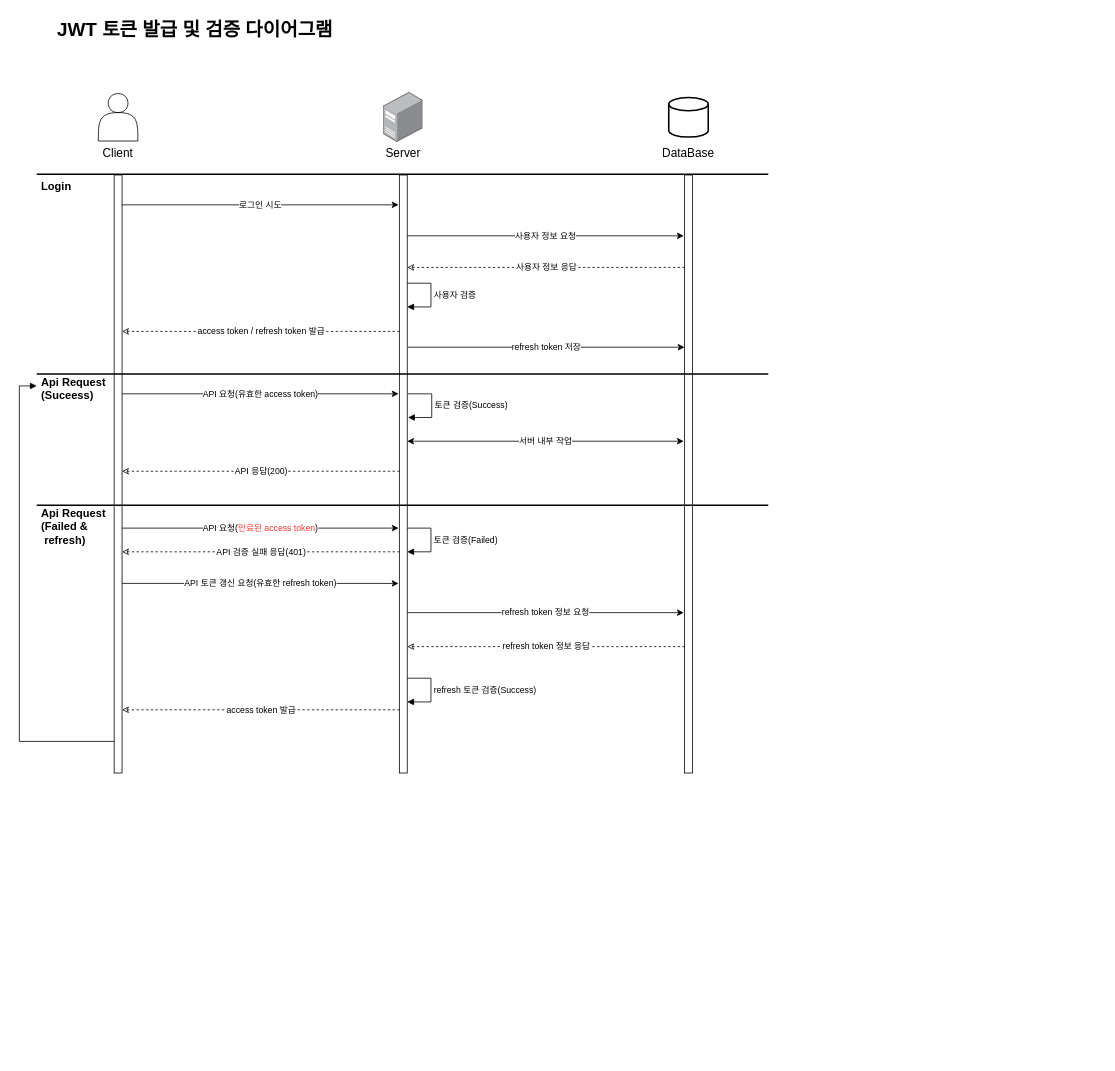
Earlier version of the draw.io diagram page "JWT 발급 및 검증 다이어그램" (1 of 2) of diagrams.drawio (idleh4021/FastAPI_JWT_Sample). Source tidied: cells renumbered, new cells numbered last; positions are measured from the earlier drawing's top-left corner, leaving out a move shared by most shapes. Both pictures are drawn from the tidied source at 79%, with x=0, y=0 at pixel (19, 13).
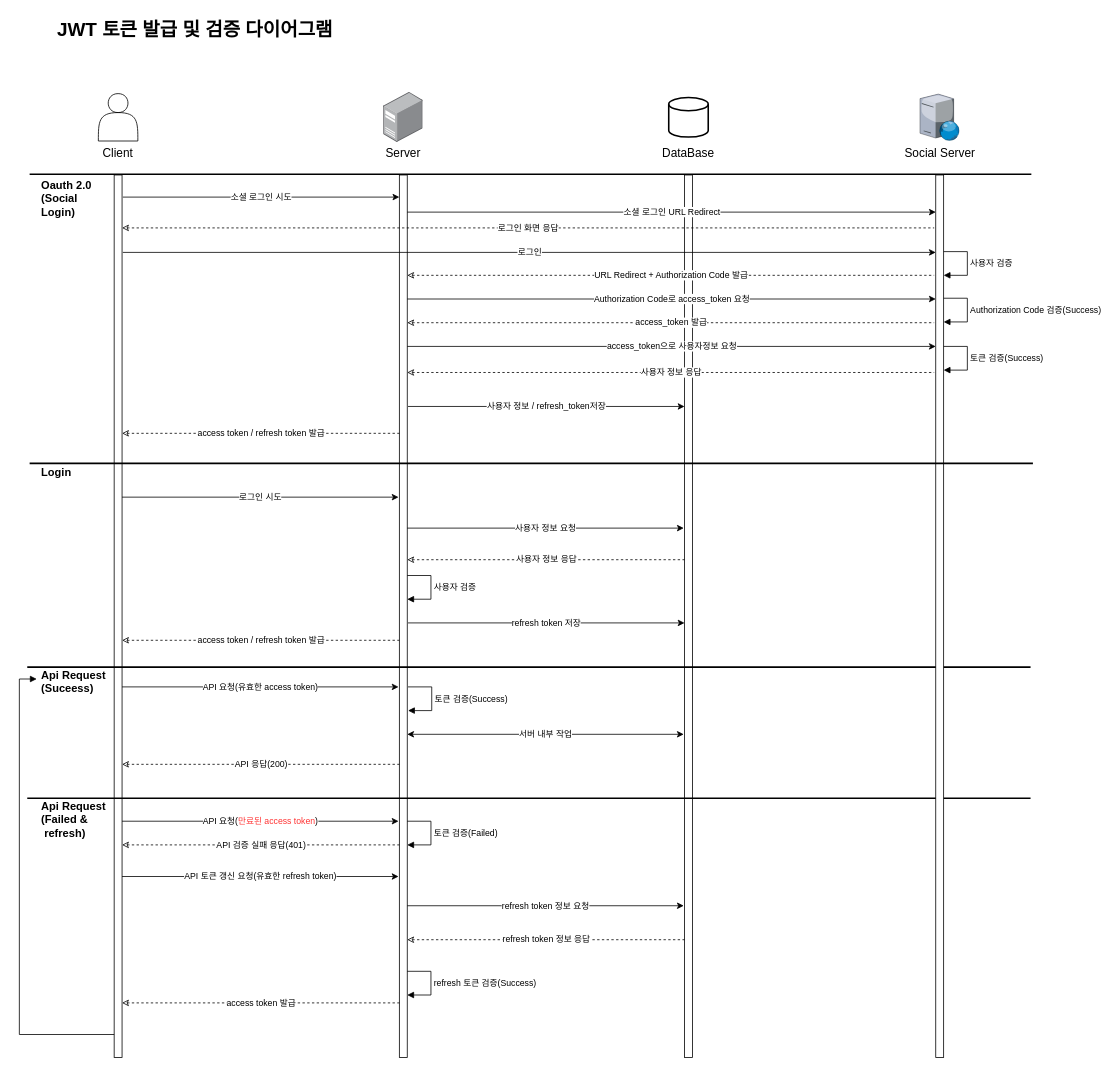
After the change.

The edit, as a diff of the source:
```diff
@@
     <mxCell id="8" style="line;strokeWidth=2;html=1;" parent="1" vertex="1">
-      <mxGeometry x="22" y="198" width="926" height="10" as="geometry" />
+      <mxGeometry x="13" y="198" width="1268" height="10" as="geometry" />
     </mxCell>
     <mxCell id="9" style="html=1;points=[[0,0,0,0,5],[0,1,0,0,-5],[1,0,0,0,5],[1,1,0,0,-5]];perimeter=orthogonalPerimeter;outlineConnect=0;targetShapes=umlLifeline;portConstraint=eastwest;newEdgeStyle={&quot;curved&quot;:0,&quot;rounded&quot;:0};direction=east;" parent="1" vertex="1">
-      <mxGeometry x="120" y="204" width="10" height="757" as="geometry" />
+      <mxGeometry x="120" y="204" width="10" height="1117" as="geometry" />
     </mxCell>
     <mxCell id="10" style="html=1;points=[[0,0,0,0,5],[0,1,0,0,-5],[1,0,0,0,5],[1,1,0,0,-5]];perimeter=orthogonalPerimeter;outlineConnect=0;targetShapes=umlLifeline;portConstraint=eastwest;newEdgeStyle={&quot;curved&quot;:0,&quot;rounded&quot;:0};direction=east;" parent="1" vertex="1">
-      <mxGeometry x="481" y="204" width="10" height="757" as="geometry" />
+      <mxGeometry x="481" y="204" width="10" height="1117" as="geometry" />
     </mxCell>
     <mxCell id="11" style="html=1;perimeter=orthogonalPerimeter;targetShapes=umlLifeline;newEdgeStyle={&quot;curved&quot;:0,&quot;rounded&quot;:0};direction=east;" parent="1" vertex="1">
-      <mxGeometry x="842" y="204" width="10" height="757" as="geometry" />
+      <mxGeometry x="842" y="204" width="10" height="1117" as="geometry" />
     </mxCell>
@@
     <mxCell id="13" value="로그인 시도" style="endArrow=classic;html=1;rounded=0;exitX=1;exitY=0.13;exitDx=0;exitDy=0;exitPerimeter=0;entryX=-0.1;entryY=0.13;entryDx=0;entryDy=0;entryPerimeter=0;" parent="1" edge="1">
       <mxGeometry relative="1" as="geometry">
-        <mxPoint x="130" y="241.8" as="sourcePoint" />
-        <mxPoint x="480" y="241.8" as="targetPoint" />
+        <mxPoint x="130" y="611.8" as="sourcePoint" />
+        <mxPoint x="480" y="611.8" as="targetPoint" />
       </mxGeometry>
     </mxCell>
     <mxCell id="14" value="access token / refresh token 발급" style="endArrow=none;html=1;rounded=0;entryX=-0.1;entryY=0.13;entryDx=0;entryDy=0;entryPerimeter=0;startFill=0;startArrow=classic;dashed=1;" parent="1" edge="1">
       <mxGeometry relative="1" as="geometry">
-        <mxPoint x="130" y="402" as="sourcePoint" />
-        <mxPoint x="481" y="402" as="targetPoint" />
+        <mxPoint x="130" y="793" as="sourcePoint" />
+        <mxPoint x="481" y="793" as="targetPoint" />
       </mxGeometry>
     </mxCell>
     <mxCell id="15" value="사용자 정보 요청" style="endArrow=classic;html=1;rounded=0;exitX=1;exitY=0.13;exitDx=0;exitDy=0;exitPerimeter=0;entryX=-0.1;entryY=0.13;entryDx=0;entryDy=0;entryPerimeter=0;" parent="1" edge="1">
       <mxGeometry relative="1" as="geometry">
-        <mxPoint x="491" y="281" as="sourcePoint" />
-        <mxPoint x="841" y="281" as="targetPoint" />
+        <mxPoint x="491" y="651" as="sourcePoint" />
+        <mxPoint x="841" y="651" as="targetPoint" />
       </mxGeometry>
     </mxCell>
     <mxCell id="16" value="사용자 정보 응답" style="endArrow=none;html=1;rounded=0;entryX=-0.1;entryY=0.13;entryDx=0;entryDy=0;entryPerimeter=0;startFill=0;startArrow=classic;dashed=1;" parent="1" edge="1">
       <mxGeometry relative="1" as="geometry">
-        <mxPoint x="491" y="321" as="sourcePoint" />
-        <mxPoint x="842" y="321" as="targetPoint" />
+        <mxPoint x="491" y="691" as="sourcePoint" />
+        <mxPoint x="842" y="691" as="targetPoint" />
       </mxGeometry>
     </mxCell>
-    <mxCell id="17" value="사용자 검증" style="html=1;align=left;spacingLeft=2;endArrow=block;rounded=0;edgeStyle=orthogonalEdgeStyle;curved=0;rounded=0;" parent="1" edge="1" target="10">
+    <mxCell id="17" value="사용자 검증" style="html=1;align=left;spacingLeft=2;endArrow=block;rounded=0;edgeStyle=orthogonalEdgeStyle;curved=0;rounded=0;" parent="1" edge="1">
       <mxGeometry relative="1" as="geometry">
-        <mxPoint x="491" y="341" as="sourcePoint" />
+        <mxPoint x="491" y="711" as="sourcePoint" />
+        <mxPoint x="491" y="741" as="targetPoint" />
         <Array as="points">
-          <mxPoint x="521" y="341" />
-          <mxPoint x="521" y="371" />
+          <mxPoint x="521" y="711" />
+          <mxPoint x="521" y="741" />
         </Array>
       </mxGeometry>
     </mxCell>
     <mxCell id="18" value="refresh token 저장" style="endArrow=classic;html=1;rounded=0;exitX=1;exitY=0.13;exitDx=0;exitDy=0;exitPerimeter=0;entryX=-0.1;entryY=0.13;entryDx=0;entryDy=0;entryPerimeter=0;" parent="1" edge="1">
       <mxGeometry relative="1" as="geometry">
-        <mxPoint x="492" y="422" as="sourcePoint" />
-        <mxPoint x="842" y="422" as="targetPoint" />
+        <mxPoint x="492" y="771" as="sourcePoint" />
+        <mxPoint x="842" y="771" as="targetPoint" />
       </mxGeometry>
     </mxCell>
     <mxCell id="19" value="API 요청(유효한 access token)" style="endArrow=classic;html=1;rounded=0;exitX=1;exitY=0.13;exitDx=0;exitDy=0;exitPerimeter=0;entryX=-0.1;entryY=0.13;entryDx=0;entryDy=0;entryPerimeter=0;" parent="1" edge="1">
       <mxGeometry relative="1" as="geometry">
-        <mxPoint x="130" y="481" as="sourcePoint" />
-        <mxPoint x="480" y="481" as="targetPoint" />
+        <mxPoint x="130" y="852" as="sourcePoint" />
+        <mxPoint x="480" y="852" as="targetPoint" />
       </mxGeometry>
     </mxCell>
     <mxCell id="20" value="토큰 검증(Success)" style="html=1;align=left;spacingLeft=2;endArrow=block;rounded=0;edgeStyle=orthogonalEdgeStyle;curved=0;rounded=0;" parent="1" edge="1">
       <mxGeometry relative="1" as="geometry">
-        <mxPoint x="492" y="481" as="sourcePoint" />
-        <mxPoint x="492" y="511" as="targetPoint" />
+        <mxPoint x="492" y="852" as="sourcePoint" />
+        <mxPoint x="492" y="882" as="targetPoint" />
         <Array as="points">
-          <mxPoint x="522" y="481" />
-          <mxPoint x="522" y="511" />
+          <mxPoint x="522" y="852" />
+          <mxPoint x="522" y="882" />
         </Array>
       </mxGeometry>
     </mxCell>
     <mxCell id="21" value="서버 내부 작업" style="endArrow=classic;html=1;rounded=0;exitX=1;exitY=0.13;exitDx=0;exitDy=0;exitPerimeter=0;entryX=-0.1;entryY=0.13;entryDx=0;entryDy=0;entryPerimeter=0;startArrow=classic;startFill=1;" parent="1" edge="1">
       <mxGeometry relative="1" as="geometry">
-        <mxPoint x="491" y="541" as="sourcePoint" />
-        <mxPoint x="841" y="541" as="targetPoint" />
+        <mxPoint x="491" y="912" as="sourcePoint" />
+        <mxPoint x="841" y="912" as="targetPoint" />
       </mxGeometry>
     </mxCell>
     <mxCell id="22" value="API 응답(200)" style="endArrow=none;html=1;rounded=0;entryX=-0.1;entryY=0.13;entryDx=0;entryDy=0;entryPerimeter=0;startFill=0;startArrow=classic;dashed=1;" parent="1" edge="1">
       <mxGeometry relative="1" as="geometry">
-        <mxPoint x="130" y="579" as="sourcePoint" />
-        <mxPoint x="481" y="579" as="targetPoint" />
+        <mxPoint x="130" y="950" as="sourcePoint" />
+        <mxPoint x="481" y="950" as="targetPoint" />
       </mxGeometry>
     </mxCell>
     <mxCell id="23" value="API 요청(&lt;span style=&quot;color: rgb(255, 51, 51);&quot;&gt;만료된&lt;/span&gt; &lt;span style=&quot;color: rgb(255, 51, 51);&quot;&gt;access token&lt;/span&gt;)" style="endArrow=classic;html=1;rounded=0;exitX=1;exitY=0.13;exitDx=0;exitDy=0;exitPerimeter=0;entryX=-0.1;entryY=0.13;entryDx=0;entryDy=0;entryPerimeter=0;" parent="1" edge="1">
       <mxGeometry relative="1" as="geometry">
-        <mxPoint x="130" y="651" as="sourcePoint" />
-        <mxPoint x="480" y="651" as="targetPoint" />
+        <mxPoint x="130" y="1022" as="sourcePoint" />
+        <mxPoint x="480" y="1022" as="targetPoint" />
       </mxGeometry>
     </mxCell>
     <mxCell id="24" value="토큰 검증(Failed)" style="html=1;align=left;spacingLeft=2;endArrow=block;rounded=0;edgeStyle=orthogonalEdgeStyle;curved=0;rounded=0;" parent="1" edge="1">
       <mxGeometry relative="1" as="geometry">
-        <mxPoint x="491" y="651" as="sourcePoint" />
-        <mxPoint x="491" y="681" as="targetPoint" />
+        <mxPoint x="491" y="1022" as="sourcePoint" />
+        <mxPoint x="491" y="1052" as="targetPoint" />
         <Array as="points">
-          <mxPoint x="521" y="651" />
-          <mxPoint x="521" y="681" />
+          <mxPoint x="521" y="1022" />
+          <mxPoint x="521" y="1052" />
         </Array>
       </mxGeometry>
     </mxCell>
     <mxCell id="25" value="API 검증 실패 응답(401)" style="endArrow=none;html=1;rounded=0;entryX=-0.1;entryY=0.13;entryDx=0;entryDy=0;entryPerimeter=0;startFill=0;startArrow=classic;dashed=1;" parent="1" edge="1">
       <mxGeometry relative="1" as="geometry">
-        <mxPoint x="130" y="681" as="sourcePoint" />
-        <mxPoint x="481" y="681" as="targetPoint" />
+        <mxPoint x="130" y="1052" as="sourcePoint" />
+        <mxPoint x="481" y="1052" as="targetPoint" />
       </mxGeometry>
     </mxCell>
     <mxCell id="26" value="API 토큰 갱신 요청(유효한 refresh token)" style="endArrow=classic;html=1;rounded=0;exitX=1;exitY=0.13;exitDx=0;exitDy=0;exitPerimeter=0;entryX=-0.1;entryY=0.13;entryDx=0;entryDy=0;entryPerimeter=0;" parent="1" edge="1">
       <mxGeometry relative="1" as="geometry">
-        <mxPoint x="130" y="721" as="sourcePoint" />
-        <mxPoint x="480" y="721" as="targetPoint" />
+        <mxPoint x="130" y="1092" as="sourcePoint" />
+        <mxPoint x="480" y="1092" as="targetPoint" />
       </mxGeometry>
     </mxCell>
     <mxCell id="27" value="refresh token 정보 요청" style="endArrow=classic;html=1;rounded=0;exitX=1;exitY=0.13;exitDx=0;exitDy=0;exitPerimeter=0;entryX=-0.1;entryY=0.13;entryDx=0;entryDy=0;entryPerimeter=0;" parent="1" edge="1">
       <mxGeometry relative="1" as="geometry">
-        <mxPoint x="491" y="758" as="sourcePoint" />
-        <mxPoint x="841" y="758" as="targetPoint" />
+        <mxPoint x="491" y="1129" as="sourcePoint" />
+        <mxPoint x="841" y="1129" as="targetPoint" />
       </mxGeometry>
     </mxCell>
     <mxCell id="28" value="Login" style="text;strokeColor=none;fillColor=none;spacingLeft=4;spacingRight=4;overflow=hidden;fontSize=14;whiteSpace=wrap;html=1;fontStyle=1;" parent="1" vertex="1">
-      <mxGeometry x="22" y="204" width="64" height="30" as="geometry" />
+      <mxGeometry x="22" y="565" width="64" height="30" as="geometry" />
     </mxCell>
     <mxCell id="29" style="line;strokeWidth=2;html=1;" parent="1" vertex="1">
-      <mxGeometry x="22" y="451" width="926" height="10" as="geometry" />
+      <mxGeometry x="10" y="822" width="1270" height="10" as="geometry" />
     </mxCell>
     <mxCell id="30" value="&lt;div&gt;Api Request&lt;/div&gt;&lt;div&gt;(Suceess)&lt;/div&gt;" style="text;strokeColor=none;fillColor=none;spacingLeft=4;spacingRight=4;overflow=hidden;points=[[0,0.5],[1,0.5]];portConstraint=eastwest;fontSize=14;whiteSpace=wrap;html=1;fontStyle=1;" parent="1" vertex="1">
-      <mxGeometry x="22" y="451" width="100" height="40" as="geometry" />
+      <mxGeometry x="22" y="822" width="100" height="40" as="geometry" />
     </mxCell>
     <mxCell id="31" style="line;strokeWidth=2;html=1;" parent="1" vertex="1">
-      <mxGeometry x="22" y="617" width="926" height="10" as="geometry" />
+      <mxGeometry x="10" y="988" width="1270" height="10" as="geometry" />
     </mxCell>
     <mxCell id="32" value="&lt;div&gt;Api Request&lt;/div&gt;&lt;div&gt;(Failed &amp;amp;&lt;/div&gt;&lt;div&gt;&amp;nbsp;refresh)&lt;/div&gt;" style="text;strokeColor=none;fillColor=none;spacingLeft=4;spacingRight=4;overflow=hidden;fontSize=14;whiteSpace=wrap;html=1;fontStyle=1;" parent="1" vertex="1">
-      <mxGeometry x="22" y="617" width="100" height="64" as="geometry" />
+      <mxGeometry x="22" y="988" width="100" height="64" as="geometry" />
     </mxCell>
     <mxCell id="33" value="refresh token 정보 응답" style="endArrow=none;html=1;rounded=0;entryX=-0.1;entryY=0.13;entryDx=0;entryDy=0;entryPerimeter=0;startFill=0;startArrow=classic;dashed=1;" parent="1" edge="1">
       <mxGeometry relative="1" as="geometry">
-        <mxPoint x="491" y="801" as="sourcePoint" />
-        <mxPoint x="842" y="801" as="targetPoint" />
+        <mxPoint x="491" y="1172" as="sourcePoint" />
+        <mxPoint x="842" y="1172" as="targetPoint" />
       </mxGeometry>
     </mxCell>
     <mxCell id="34" value="refresh 토큰 검증(Success)" style="html=1;align=left;spacingLeft=2;endArrow=block;rounded=0;edgeStyle=orthogonalEdgeStyle;curved=0;rounded=0;" parent="1" edge="1">
       <mxGeometry relative="1" as="geometry">
-        <mxPoint x="491" y="841" as="sourcePoint" />
-        <mxPoint x="491" y="871" as="targetPoint" />
+        <mxPoint x="491" y="1212" as="sourcePoint" />
+        <mxPoint x="491" y="1242" as="targetPoint" />
         <Array as="points">
-          <mxPoint x="521" y="841" />
-          <mxPoint x="521" y="871" />
+          <mxPoint x="521" y="1212" />
+          <mxPoint x="521" y="1242" />
         </Array>
       </mxGeometry>
     </mxCell>
     <mxCell id="35" value="access token 발급" style="endArrow=none;html=1;rounded=0;entryX=-0.1;entryY=0.13;entryDx=0;entryDy=0;entryPerimeter=0;startFill=0;startArrow=classic;dashed=1;" parent="1" edge="1">
       <mxGeometry relative="1" as="geometry">
-        <mxPoint x="130" y="881" as="sourcePoint" />
-        <mxPoint x="481" y="881" as="targetPoint" />
+        <mxPoint x="130" y="1252" as="sourcePoint" />
+        <mxPoint x="481" y="1252" as="targetPoint" />
       </mxGeometry>
     </mxCell>
-    <mxCell id="36" style="html=1;align=left;spacingLeft=2;endArrow=block;rounded=0;edgeStyle=orthogonalEdgeStyle;curved=0;rounded=0;entryX=0;entryY=0.5;entryDx=0;entryDy=0;" parent="1" edge="1" source="9" target="30">
+    <mxCell id="36" style="html=1;align=left;spacingLeft=2;endArrow=block;rounded=0;edgeStyle=orthogonalEdgeStyle;curved=0;rounded=0;entryX=0;entryY=0.5;entryDx=0;entryDy=0;" parent="1" edge="1" target="30">
       <mxGeometry relative="1" as="geometry">
+        <mxPoint x="120" y="1292" as="sourcePoint" />
         <Array as="points">
-          <mxPoint y="921" />
-          <mxPoint y="471" />
+          <mxPoint y="1292" />
+          <mxPoint y="842" />
         </Array>
       </mxGeometry>
     </mxCell>
+    <mxCell id="37" style="verticalLabelPosition=bottom;sketch=0;html=1;verticalAlign=top;strokeColor=none;align=center;shape=mxgraph.citrix.web_server;" parent="1" vertex="1">
+      <mxGeometry x="1140" y="101.6" width="50" height="58.8" as="geometry" />
+    </mxCell>
+    <mxCell id="38" value="Social Server" style="text;html=1;align=center;verticalAlign=middle;whiteSpace=wrap;rounded=0;fontSize=15;" parent="1" vertex="1">
+      <mxGeometry x="1107.5" y="161" width="115" height="30" as="geometry" />
+    </mxCell>
+    <mxCell id="39" style="html=1;points=[[0,0,0,0,5],[0,1,0,0,-5],[1,0,0,0,5],[1,1,0,0,-5]];perimeter=orthogonalPerimeter;outlineConnect=0;targetShapes=umlLifeline;portConstraint=eastwest;newEdgeStyle={&quot;curved&quot;:0,&quot;rounded&quot;:0};direction=east;" parent="1" vertex="1">
+      <mxGeometry x="1160" y="204" width="10" height="1117" as="geometry" />
+    </mxCell>
+    <mxCell id="40" style="line;strokeWidth=2;html=1;" parent="1" vertex="1">
+      <mxGeometry x="13" y="564" width="1270" height="10" as="geometry" />
+    </mxCell>
+    <mxCell id="41" value="&lt;div&gt;Oauth 2.0&lt;/div&gt;&lt;div&gt;(Social Login)&lt;/div&gt;" style="text;strokeColor=none;fillColor=none;spacingLeft=4;spacingRight=4;overflow=hidden;fontSize=14;whiteSpace=wrap;html=1;fontStyle=1;" parent="1" vertex="1">
+      <mxGeometry x="22" y="202" width="78" height="69" as="geometry" />
+    </mxCell>
+    <mxCell id="42" value="소셜 로그인 시도" style="endArrow=classic;html=1;rounded=0;exitX=1;exitY=0.13;exitDx=0;exitDy=0;exitPerimeter=0;entryX=-0.1;entryY=0.13;entryDx=0;entryDy=0;entryPerimeter=0;" parent="1" edge="1">
+      <mxGeometry relative="1" as="geometry">
+        <mxPoint x="131" y="232" as="sourcePoint" />
+        <mxPoint x="481" y="232" as="targetPoint" />
+      </mxGeometry>
+    </mxCell>
+    <mxCell id="43" value="소셜 로그인 URL Redirect" style="endArrow=classic;html=1;rounded=0;exitX=1;exitY=0.13;exitDx=0;exitDy=0;exitPerimeter=0;labelBackgroundColor=#FFFFFF;" parent="1" edge="1" target="39">
+      <mxGeometry relative="1" as="geometry">
+        <mxPoint x="491" y="251" as="sourcePoint" />
+      </mxGeometry>
+    </mxCell>
+    <mxCell id="44" value="로그인 화면 응답" style="endArrow=none;html=1;rounded=0;entryX=-0.1;entryY=0.13;entryDx=0;entryDy=0;entryPerimeter=0;startFill=0;startArrow=classic;dashed=1;" parent="1" edge="1" source="9">
+      <mxGeometry relative="1" as="geometry">
+        <mxPoint x="1158" y="271" as="targetPoint" />
+      </mxGeometry>
+    </mxCell>
+    <mxCell id="45" value="로그인" style="endArrow=classic;html=1;rounded=0;exitX=1;exitY=0.13;exitDx=0;exitDy=0;exitPerimeter=0;" parent="1" edge="1">
+      <mxGeometry relative="1" as="geometry">
+        <mxPoint x="131" y="302" as="sourcePoint" />
+        <mxPoint x="1160" y="302" as="targetPoint" />
+      </mxGeometry>
+    </mxCell>
+    <mxCell id="46" value="사용자 검증" style="html=1;align=left;spacingLeft=2;endArrow=block;rounded=0;edgeStyle=orthogonalEdgeStyle;curved=0;rounded=0;" parent="1" edge="1">
+      <mxGeometry relative="1" as="geometry">
+        <mxPoint x="1170" y="301" as="sourcePoint" />
+        <mxPoint x="1170" y="331" as="targetPoint" />
+        <Array as="points">
+          <mxPoint x="1200" y="301" />
+          <mxPoint x="1200" y="331" />
+        </Array>
+      </mxGeometry>
+    </mxCell>
+    <mxCell id="47" value="URL Redirect + Authorization Code 발급 " style="endArrow=none;html=1;rounded=0;entryX=-0.1;entryY=0.13;entryDx=0;entryDy=0;entryPerimeter=0;startFill=0;startArrow=classic;dashed=1;" parent="1" edge="1" source="10">
+      <mxGeometry relative="1" as="geometry">
+        <mxPoint x="1158" y="331" as="targetPoint" />
+      </mxGeometry>
+    </mxCell>
+    <mxCell id="48" value="Authorization Code로 access_token 요청" style="endArrow=classic;html=1;rounded=0;exitX=1;exitY=0.13;exitDx=0;exitDy=0;exitPerimeter=0;labelBackgroundColor=#FFFFFF;" parent="1" edge="1">
+      <mxGeometry relative="1" as="geometry">
+        <mxPoint x="491" y="361" as="sourcePoint" />
+        <mxPoint x="1160" y="361" as="targetPoint" />
+      </mxGeometry>
+    </mxCell>
+    <mxCell id="49" value="access_token 발급" style="endArrow=none;html=1;rounded=0;entryX=-0.1;entryY=0.13;entryDx=0;entryDy=0;entryPerimeter=0;startFill=0;startArrow=classic;dashed=1;" parent="1" edge="1">
+      <mxGeometry relative="1" as="geometry">
+        <mxPoint x="491" y="391" as="sourcePoint" />
+        <mxPoint x="1158" y="391" as="targetPoint" />
+      </mxGeometry>
+    </mxCell>
+    <mxCell id="50" value="access_token으로 사용자정보 요청" style="endArrow=classic;html=1;rounded=0;exitX=1;exitY=0.13;exitDx=0;exitDy=0;exitPerimeter=0;labelBackgroundColor=#FFFFFF;" parent="1" edge="1">
+      <mxGeometry relative="1" as="geometry">
+        <mxPoint x="491" y="421" as="sourcePoint" />
+        <mxPoint x="1160" y="421" as="targetPoint" />
+      </mxGeometry>
+    </mxCell>
+    <mxCell id="51" value="사용자 정보 응답" style="endArrow=none;html=1;rounded=0;entryX=-0.1;entryY=0.13;entryDx=0;entryDy=0;entryPerimeter=0;startFill=0;startArrow=classic;dashed=1;" parent="1" edge="1">
+      <mxGeometry relative="1" as="geometry">
+        <mxPoint x="491" y="454" as="sourcePoint" />
+        <mxPoint x="1158" y="454" as="targetPoint" />
+      </mxGeometry>
+    </mxCell>
+    <mxCell id="52" value="토큰 검증(Success)" style="html=1;align=left;spacingLeft=2;endArrow=block;rounded=0;edgeStyle=orthogonalEdgeStyle;curved=0;rounded=0;" parent="1" edge="1">
+      <mxGeometry relative="1" as="geometry">
+        <mxPoint x="1170" y="421" as="sourcePoint" />
+        <mxPoint x="1170" y="451" as="targetPoint" />
+        <Array as="points">
+          <mxPoint x="1200" y="421" />
+          <mxPoint x="1200" y="451" />
+        </Array>
+      </mxGeometry>
+    </mxCell>
+    <mxCell id="53" value="사용자 정보 / refresh_token저장" style="endArrow=classic;html=1;rounded=0;exitX=1;exitY=0.13;exitDx=0;exitDy=0;exitPerimeter=0;entryX=-0.1;entryY=0.13;entryDx=0;entryDy=0;entryPerimeter=0;" parent="1" edge="1">
+      <mxGeometry relative="1" as="geometry">
+        <mxPoint x="492" y="497" as="sourcePoint" />
+        <mxPoint x="842" y="497" as="targetPoint" />
+      </mxGeometry>
+    </mxCell>
+    <mxCell id="54" value="access token / refresh token 발급" style="endArrow=none;html=1;rounded=0;entryX=-0.1;entryY=0.13;entryDx=0;entryDy=0;entryPerimeter=0;startFill=0;startArrow=classic;dashed=1;" parent="1" edge="1">
+      <mxGeometry relative="1" as="geometry">
+        <mxPoint x="130" y="531" as="sourcePoint" />
+        <mxPoint x="481" y="531" as="targetPoint" />
+      </mxGeometry>
+    </mxCell>
+    <mxCell id="55" value="Authorization Code 검증(Success)" style="html=1;align=left;spacingLeft=2;endArrow=block;rounded=0;edgeStyle=orthogonalEdgeStyle;curved=0;rounded=0;" parent="1" edge="1">
+      <mxGeometry relative="1" as="geometry">
+        <mxPoint x="1170" y="360" as="sourcePoint" />
+        <mxPoint x="1170" y="390" as="targetPoint" />
+        <Array as="points">
+          <mxPoint x="1200" y="360" />
+          <mxPoint x="1200" y="390" />
+        </Array>
+      </mxGeometry>
+    </mxCell>
```
